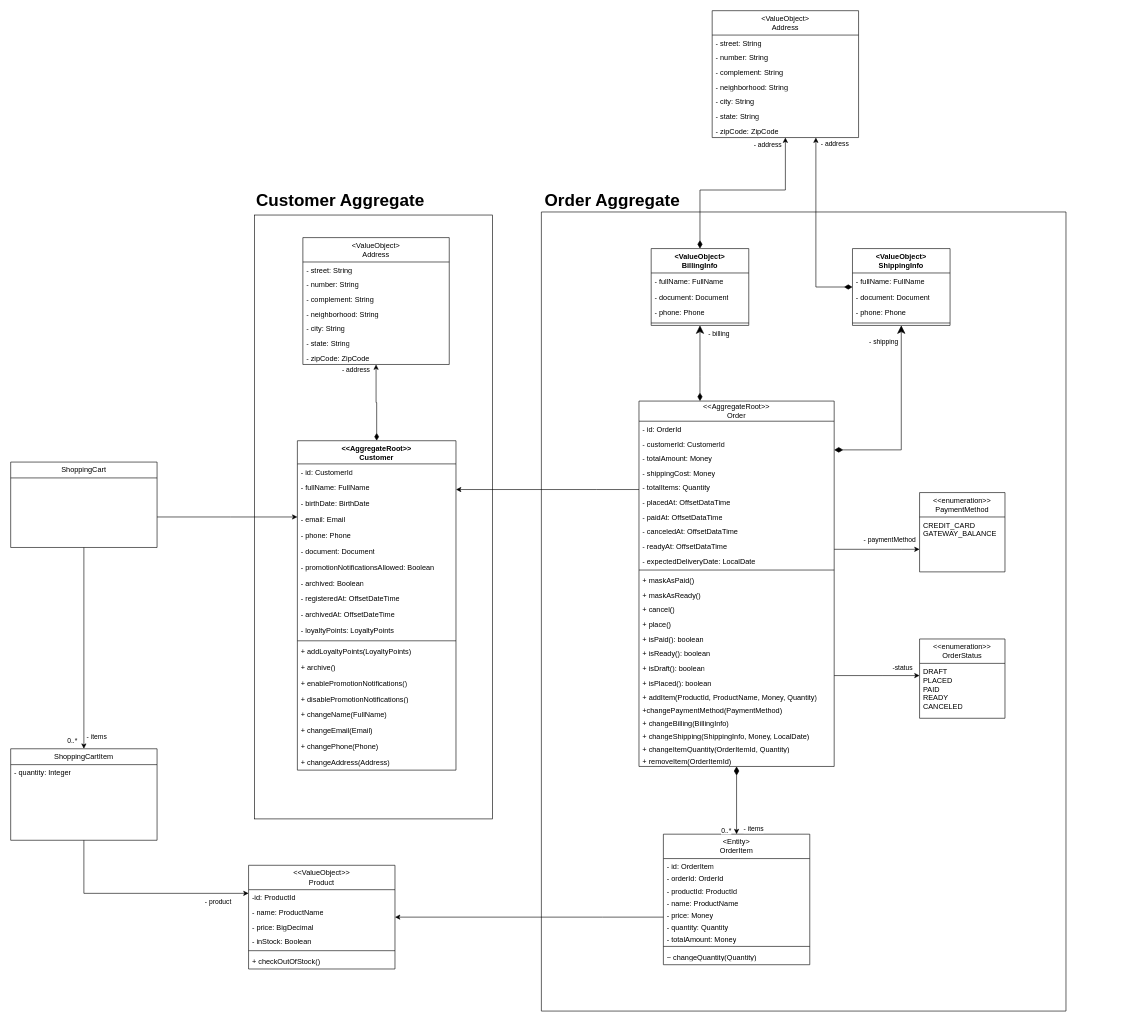
dhsouza/algashop-docs keeps this draw.io diagram as Algashop domain model.drawio. Above is the earlier version. Source tidied: cells renumbered, new cells numbered last; positions are measured from the earlier drawing's top-left corner, leaving out a move shared by most shapes. Both pictures are drawn from the tidied source at 61%, with x=0, y=0 at pixel (10, 10).
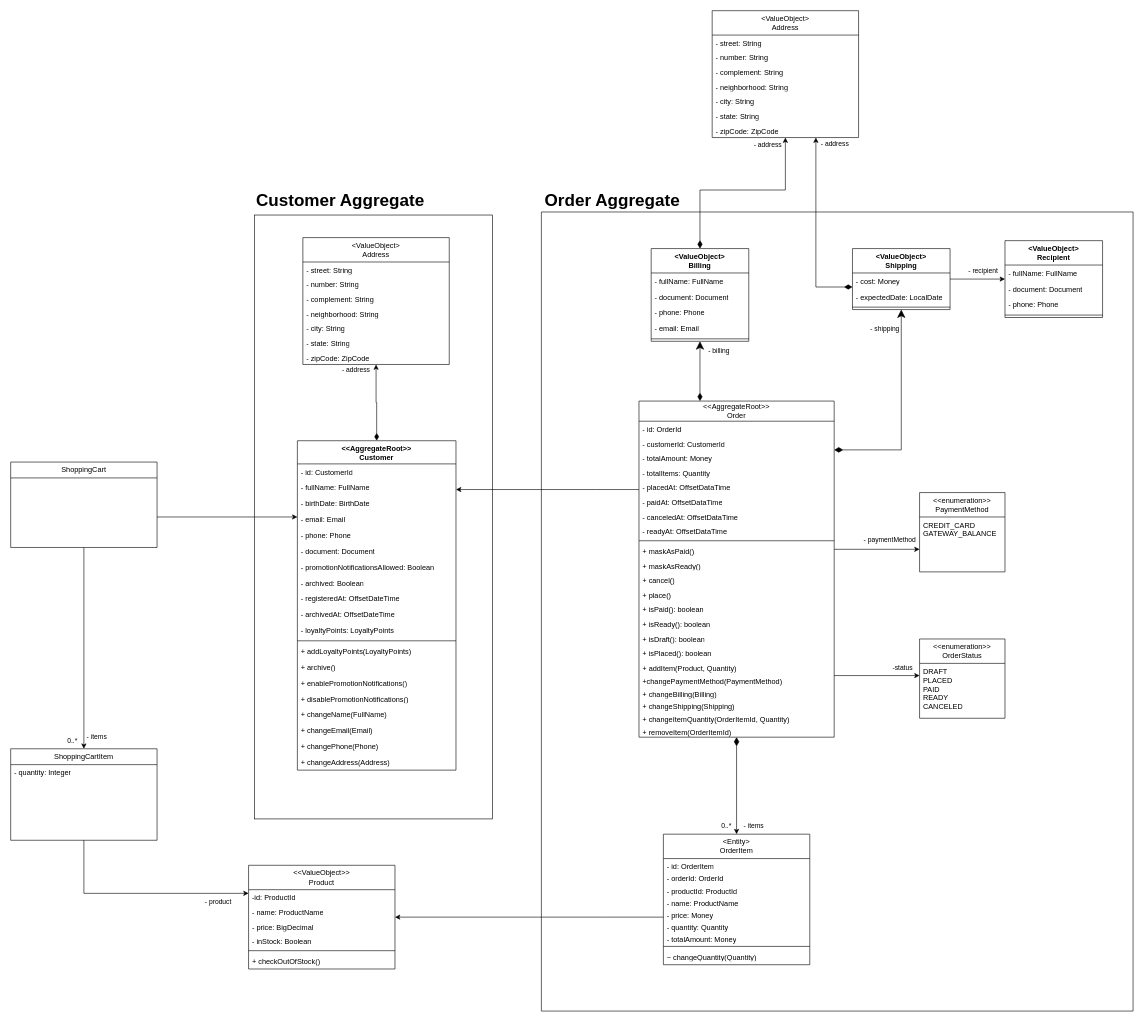
Above is the later version.

Commit message (it also covers changes not shown here):
chore: refining Order Aggregate

The change refers to these unchanged cells:
```xml
<mxCell id="92" style="edgeStyle=orthogonalEdgeStyle;rounded=0;jettySize=auto;html=1;startArrow=classic;startFill=1;startSize=11;endArrow=diamondThin;endFill=1;endSize=12;" parent="1" edge="1" source="96" target="57">
  <mxGeometry relative="1" as="geometry">
    <Array as="points">
      <mxPoint x="1460" y="720" />
    </Array>
  </mxGeometry>
</mxCell>
<mxCell id="101" style="edgeStyle=orthogonalEdgeStyle;rounded=0;jettySize=auto;html=1;startArrow=classic;startFill=1;startSize=11;endArrow=diamondThin;endFill=1;endSize=11;" parent="1" edge="1" source="105" target="57">
  <mxGeometry relative="1" as="geometry">
    <Array as="points">
      <mxPoint x="1130" y="600" />
      <mxPoint x="1130" y="600" />
    </Array>
  </mxGeometry>
</mxCell>
```

The edit, as a diff of the source:
```diff
@@
     <mxCell id="3" style="verticalLabelPosition=bottom;verticalAlign=top;html=1;shape=mxgraph.basic.rect;fillColor2=none;strokeWidth=1;size=20;indent=5;shadow=0;fillColor=none;" parent="1" vertex="1">
-      <mxGeometry x="870" y="330" width="860" height="1310" as="geometry" />
+      <mxGeometry x="870" y="330" width="970" height="1310" as="geometry" />
     </mxCell>
@@
     <mxCell id="57" value="&lt;div&gt;&amp;lt;&amp;lt;AggregateRoot&amp;gt;&amp;gt;&lt;/div&gt;Order" style="swimlane;fontStyle=0;horizontal=1;startSize=33;fillColor=none;whiteSpace=wrap;html=1;" parent="1" vertex="1">
-      <mxGeometry x="1030" y="640" width="320" height="599" as="geometry" />
+      <mxGeometry x="1030" y="640" width="320" height="551" as="geometry" />
     </mxCell>
@@
-    <mxCell id="61" value="- shippingCost: Money" style="text;strokeColor=none;fillColor=none;align=left;verticalAlign=top;spacingLeft=4;spacingRight=4;overflow=hidden;whiteSpace=wrap;html=1;" parent="57" vertex="1">
-      <mxGeometry y="105" width="320" height="24" as="geometry" />
-    </mxCell>
     <mxCell id="62" value="- totalItems: Quantity" style="text;strokeColor=none;fillColor=none;align=left;verticalAlign=top;spacingLeft=4;spacingRight=4;overflow=hidden;whiteSpace=wrap;html=1;" parent="57" vertex="1">
-      <mxGeometry y="129" width="320" height="24" as="geometry" />
+      <mxGeometry y="105" width="320" height="24" as="geometry" />
     </mxCell>
     <mxCell id="63" value="- placedAt: OffsetDataTime" style="text;strokeColor=none;fillColor=none;align=left;verticalAlign=top;spacingLeft=4;spacingRight=4;overflow=hidden;whiteSpace=wrap;html=1;" parent="57" vertex="1">
-      <mxGeometry y="153" width="320" height="24" as="geometry" />
+      <mxGeometry y="129" width="320" height="24" as="geometry" />
     </mxCell>
     <mxCell id="64" value="- paidAt: OffsetDataTime" style="text;strokeColor=none;fillColor=none;align=left;verticalAlign=top;spacingLeft=4;spacingRight=4;overflow=hidden;whiteSpace=wrap;html=1;" parent="57" vertex="1">
-      <mxGeometry y="177" width="320" height="24" as="geometry" />
+      <mxGeometry y="153" width="320" height="24" as="geometry" />
     </mxCell>
     <mxCell id="65" value="- canceledAt: OffsetDataTime" style="text;strokeColor=none;fillColor=none;align=left;verticalAlign=top;spacingLeft=4;spacingRight=4;overflow=hidden;whiteSpace=wrap;html=1;" parent="57" vertex="1">
-      <mxGeometry y="201" width="320" height="24" as="geometry" />
+      <mxGeometry y="177" width="320" height="24" as="geometry" />
     </mxCell>
     <mxCell id="66" value="- readyAt: OffsetDataTime" style="text;strokeColor=none;fillColor=none;align=left;verticalAlign=top;spacingLeft=4;spacingRight=4;overflow=hidden;whiteSpace=wrap;html=1;" parent="57" vertex="1">
-      <mxGeometry y="225" width="320" height="24" as="geometry" />
+      <mxGeometry y="201" width="320" height="24" as="geometry" />
     </mxCell>
-    <mxCell id="67" value="- expectedDeliveryDate: LocalDate" style="text;strokeColor=none;fillColor=none;align=left;verticalAlign=top;spacingLeft=4;spacingRight=4;overflow=hidden;whiteSpace=wrap;html=1;" parent="57" vertex="1">
-      <mxGeometry y="249" width="320" height="24" as="geometry" />
-    </mxCell>
     <mxCell id="68" style="line;strokeWidth=1;fillColor=none;align=left;verticalAlign=middle;spacingTop=-1;spacingLeft=3;spacingRight=3;labelPosition=right;strokeColor=inherit;" parent="57" vertex="1">
-      <mxGeometry y="273" width="320" height="8" as="geometry" />
+      <mxGeometry y="225" width="320" height="8" as="geometry" />
     </mxCell>
     <mxCell id="69" value="+ maskAsPaid()" style="text;strokeColor=none;fillColor=none;align=left;verticalAlign=top;spacingLeft=4;spacingRight=4;overflow=hidden;whiteSpace=wrap;html=1;" parent="57" vertex="1">
-      <mxGeometry y="281" width="320" height="24" as="geometry" />
+      <mxGeometry y="233" width="320" height="24" as="geometry" />
     </mxCell>
     <mxCell id="70" value="+ maskAsReady()" style="text;strokeColor=none;fillColor=none;align=left;verticalAlign=top;spacingLeft=4;spacingRight=4;overflow=hidden;whiteSpace=wrap;html=1;" parent="57" vertex="1">
-      <mxGeometry y="305" width="320" height="24" as="geometry" />
+      <mxGeometry y="257" width="320" height="24" as="geometry" />
     </mxCell>
     <mxCell id="71" value="+ cancel()" style="text;strokeColor=none;fillColor=none;align=left;verticalAlign=top;spacingLeft=4;spacingRight=4;overflow=hidden;whiteSpace=wrap;html=1;" parent="57" vertex="1">
-      <mxGeometry y="329" width="320" height="24" as="geometry" />
+      <mxGeometry y="281" width="320" height="24" as="geometry" />
     </mxCell>
     <mxCell id="72" value="+ place()" style="text;strokeColor=none;fillColor=none;align=left;verticalAlign=top;spacingLeft=4;spacingRight=4;overflow=hidden;whiteSpace=wrap;html=1;" parent="57" vertex="1">
-      <mxGeometry y="353" width="320" height="24" as="geometry" />
+      <mxGeometry y="305" width="320" height="24" as="geometry" />
     </mxCell>
     <mxCell id="73" value="+ isPaid(): boolean" style="text;strokeColor=none;fillColor=none;align=left;verticalAlign=top;spacingLeft=4;spacingRight=4;overflow=hidden;whiteSpace=wrap;html=1;" parent="57" vertex="1">
-      <mxGeometry y="377" width="320" height="24" as="geometry" />
+      <mxGeometry y="329" width="320" height="24" as="geometry" />
     </mxCell>
     <mxCell id="74" value="+ isReady(): boolean" style="text;strokeColor=none;fillColor=none;align=left;verticalAlign=top;spacingLeft=4;spacingRight=4;overflow=hidden;whiteSpace=wrap;html=1;" parent="57" vertex="1">
-      <mxGeometry y="401" width="320" height="24" as="geometry" />
+      <mxGeometry y="353" width="320" height="24" as="geometry" />
     </mxCell>
     <mxCell id="75" value="+ isDraft(): boolean" style="text;strokeColor=none;fillColor=none;align=left;verticalAlign=top;spacingLeft=4;spacingRight=4;overflow=hidden;whiteSpace=wrap;html=1;" parent="57" vertex="1">
-      <mxGeometry y="425" width="320" height="24" as="geometry" />
+      <mxGeometry y="377" width="320" height="24" as="geometry" />
     </mxCell>
     <mxCell id="76" value="+ isPlaced(): boolean" style="text;strokeColor=none;fillColor=none;align=left;verticalAlign=top;spacingLeft=4;spacingRight=4;overflow=hidden;whiteSpace=wrap;html=1;" parent="57" vertex="1">
-      <mxGeometry y="449" width="320" height="24" as="geometry" />
+      <mxGeometry y="401" width="320" height="24" as="geometry" />
     </mxCell>
-    <mxCell id="77" value="+ addItem(ProductId, ProductName, Money, Quantity)" style="text;strokeColor=none;fillColor=none;align=left;verticalAlign=top;spacingLeft=4;spacingRight=4;overflow=hidden;whiteSpace=wrap;html=1;" parent="57" vertex="1">
-      <mxGeometry y="473" width="320" height="21" as="geometry" />
+    <mxCell id="77" value="+ addItem(Product, Quantity)" style="text;strokeColor=none;fillColor=none;align=left;verticalAlign=top;spacingLeft=4;spacingRight=4;overflow=hidden;whiteSpace=wrap;html=1;" parent="57" vertex="1">
+      <mxGeometry y="425" width="320" height="21" as="geometry" />
     </mxCell>
     <mxCell id="78" value="+changePaymentMethod(PaymentMethod)" style="text;strokeColor=none;fillColor=none;align=left;verticalAlign=top;spacingLeft=4;spacingRight=4;overflow=hidden;whiteSpace=wrap;html=1;" parent="57" vertex="1">
-      <mxGeometry y="494" width="320" height="21" as="geometry" />
+      <mxGeometry y="446" width="320" height="21" as="geometry" />
     </mxCell>
-    <mxCell id="79" value="+ changeBilling(BillingInfo)" style="text;strokeColor=none;fillColor=none;align=left;verticalAlign=top;spacingLeft=4;spacingRight=4;overflow=hidden;whiteSpace=wrap;html=1;" parent="57" vertex="1">
-      <mxGeometry y="515" width="320" height="21" as="geometry" />
+    <mxCell id="79" value="+ changeBilling(Billing)" style="text;strokeColor=none;fillColor=none;align=left;verticalAlign=top;spacingLeft=4;spacingRight=4;overflow=hidden;whiteSpace=wrap;html=1;" parent="57" vertex="1">
+      <mxGeometry y="467" width="320" height="21" as="geometry" />
     </mxCell>
-    <mxCell id="80" value="+ changeShipping(ShippingInfo, Money, LocalDate)" style="text;strokeColor=none;fillColor=none;align=left;verticalAlign=top;spacingLeft=4;spacingRight=4;overflow=hidden;whiteSpace=wrap;html=1;" parent="57" vertex="1">
-      <mxGeometry y="536" width="320" height="21" as="geometry" />
+    <mxCell id="80" value="+ changeShipping(Shipping)" style="text;strokeColor=none;fillColor=none;align=left;verticalAlign=top;spacingLeft=4;spacingRight=4;overflow=hidden;whiteSpace=wrap;html=1;" parent="57" vertex="1">
+      <mxGeometry y="488" width="320" height="21" as="geometry" />
     </mxCell>
     <mxCell id="81" value="+ changeItemQuantity(OrderItemId, Quantity)" style="text;strokeColor=none;fillColor=none;align=left;verticalAlign=top;spacingLeft=4;spacingRight=4;overflow=hidden;whiteSpace=wrap;html=1;" parent="57" vertex="1">
-      <mxGeometry y="557" width="320" height="21" as="geometry" />
+      <mxGeometry y="509" width="320" height="21" as="geometry" />
     </mxCell>
     <mxCell id="82" value="+ removeItem(OrderItemId)" style="text;strokeColor=none;fillColor=none;align=left;verticalAlign=top;spacingLeft=4;spacingRight=4;overflow=hidden;whiteSpace=wrap;html=1;" parent="57" vertex="1">
-      <mxGeometry y="578" width="320" height="21" as="geometry" />
+      <mxGeometry y="530" width="320" height="21" as="geometry" />
     </mxCell>
@@
     <mxCell id="93" value="- shipping" style="edgeLabel;html=1;align=center;verticalAlign=middle;" parent="92" vertex="1">
       <mxGeometry x="0.83" y="2" relative="1" as="geometry">
-        <mxPoint x="53" y="-180" as="offset" />
+        <mxPoint x="53" y="-202" as="offset" />
       </mxGeometry>
     </mxCell>
@@
+    <mxCell id="128" style="edgeStyle=orthogonalEdgeStyle;rounded=0;jettySize=auto;html=1;" parent="1" edge="1" source="96" target="131">
+      <mxGeometry relative="1" as="geometry" />
+    </mxCell>
+    <mxCell id="129" value="- recipient" style="edgeLabel;html=1;align=center;verticalAlign=middle;" parent="128" vertex="1">
+      <mxGeometry x="0.38" y="1" relative="1" as="geometry">
+        <mxPoint x="-9" y="-13" as="offset" />
+      </mxGeometry>
+    </mxCell>
-    <mxCell id="96" value="&amp;lt;ValueObject&amp;gt;&lt;div&gt;ShippingInfo&lt;/div&gt;" style="swimlane;fontStyle=1;align=center;verticalAlign=top;horizontal=1;startSize=40;whiteSpace=wrap;html=1;" parent="1" vertex="1">
-      <mxGeometry x="1380" y="390" width="160" height="126" as="geometry" />
+    <mxCell id="96" value="&amp;lt;ValueObject&amp;gt;&lt;div&gt;Shipping&lt;/div&gt;" style="swimlane;fontStyle=1;align=center;verticalAlign=top;horizontal=1;startSize=40;whiteSpace=wrap;html=1;" parent="1" vertex="1">
+      <mxGeometry x="1380" y="390" width="160" height="100" as="geometry" />
     </mxCell>
-    <mxCell id="97" value="- fullName: FullName" style="text;strokeColor=none;fillColor=none;align=left;verticalAlign=top;spacingLeft=4;spacingRight=4;overflow=hidden;whiteSpace=wrap;html=1;" parent="96" vertex="1">
+    <mxCell id="97" value="- cost: Money" style="text;strokeColor=none;fillColor=none;align=left;verticalAlign=top;spacingLeft=4;spacingRight=4;overflow=hidden;whiteSpace=wrap;html=1;" parent="96" vertex="1">
       <mxGeometry y="40" width="160" height="26" as="geometry" />
     </mxCell>
-    <mxCell id="98" value="- document: Document" style="text;strokeColor=none;fillColor=none;align=left;verticalAlign=top;spacingLeft=4;spacingRight=4;overflow=hidden;whiteSpace=wrap;html=1;" parent="96" vertex="1">
+    <mxCell id="98" value="- expectedDate: LocalDate" style="text;strokeColor=none;fillColor=none;align=left;verticalAlign=top;spacingLeft=4;spacingRight=4;overflow=hidden;whiteSpace=wrap;html=1;" parent="96" vertex="1">
       <mxGeometry y="66" width="160" height="26" as="geometry" />
     </mxCell>
-    <mxCell id="99" value="- phone: Phone" style="text;strokeColor=none;fillColor=none;align=left;verticalAlign=top;spacingLeft=4;spacingRight=4;overflow=hidden;whiteSpace=wrap;html=1;" parent="96" vertex="1">
-      <mxGeometry y="92" width="160" height="26" as="geometry" />
-    </mxCell>
     <mxCell id="100" style="line;strokeWidth=1;fillColor=none;align=left;verticalAlign=middle;spacingTop=-1;spacingLeft=3;spacingRight=3;labelPosition=right;strokeColor=inherit;" parent="96" vertex="1">
-      <mxGeometry y="118" width="160" height="8" as="geometry" />
+      <mxGeometry y="92" width="160" height="8" as="geometry" />
     </mxCell>
@@
     <mxCell id="102" value="- billing" style="edgeLabel;html=1;align=center;verticalAlign=middle;" parent="101" vertex="1">
       <mxGeometry x="0.55" y="1" relative="1" as="geometry">
-        <mxPoint x="29" y="-83" as="offset" />
+        <mxPoint x="29" y="-62" as="offset" />
       </mxGeometry>
     </mxCell>
@@
-    <mxCell id="105" value="&amp;lt;ValueObject&amp;gt;&lt;div&gt;BillingInfo&lt;/div&gt;" style="swimlane;fontStyle=1;align=center;verticalAlign=top;horizontal=1;startSize=40;whiteSpace=wrap;html=1;" parent="1" vertex="1">
-      <mxGeometry x="1050" y="390" width="160" height="126" as="geometry" />
+    <mxCell id="105" value="&amp;lt;ValueObject&amp;gt;&lt;div&gt;Billing&lt;/div&gt;" style="swimlane;fontStyle=1;align=center;verticalAlign=top;horizontal=1;startSize=40;whiteSpace=wrap;html=1;" parent="1" vertex="1">
+      <mxGeometry x="1050" y="390" width="160" height="152" as="geometry" />
     </mxCell>
@@
+    <mxCell id="130" value="- email: Email" style="text;strokeColor=none;fillColor=none;align=left;verticalAlign=top;spacingLeft=4;spacingRight=4;overflow=hidden;whiteSpace=wrap;html=1;" parent="105" vertex="1">
+      <mxGeometry y="118" width="160" height="26" as="geometry" />
+    </mxCell>
     <mxCell id="109" style="line;strokeWidth=1;fillColor=none;align=left;verticalAlign=middle;spacingTop=-1;spacingLeft=3;spacingRight=3;labelPosition=right;strokeColor=inherit;" parent="105" vertex="1">
-      <mxGeometry y="118" width="160" height="8" as="geometry" />
+      <mxGeometry y="144" width="160" height="8" as="geometry" />
     </mxCell>
@@
+    <mxCell id="131" value="&amp;lt;ValueObject&amp;gt;&lt;div&gt;Recipient&lt;/div&gt;" style="swimlane;fontStyle=1;align=center;verticalAlign=top;horizontal=1;startSize=40;whiteSpace=wrap;html=1;" parent="1" vertex="1">
+      <mxGeometry x="1630" y="377" width="160" height="126" as="geometry" />
+    </mxCell>
+    <mxCell id="132" value="- fullName: FullName" style="text;strokeColor=none;fillColor=none;align=left;verticalAlign=top;spacingLeft=4;spacingRight=4;overflow=hidden;whiteSpace=wrap;html=1;" parent="131" vertex="1">
+      <mxGeometry y="40" width="160" height="26" as="geometry" />
+    </mxCell>
+    <mxCell id="133" value="- document: Document" style="text;strokeColor=none;fillColor=none;align=left;verticalAlign=top;spacingLeft=4;spacingRight=4;overflow=hidden;whiteSpace=wrap;html=1;" parent="131" vertex="1">
+      <mxGeometry y="66" width="160" height="26" as="geometry" />
+    </mxCell>
+    <mxCell id="99" value="- phone: Phone" style="text;strokeColor=none;fillColor=none;align=left;verticalAlign=top;spacingLeft=4;spacingRight=4;overflow=hidden;whiteSpace=wrap;html=1;" parent="131" vertex="1">
+      <mxGeometry y="92" width="160" height="26" as="geometry" />
+    </mxCell>
+    <mxCell id="134" style="line;strokeWidth=1;fillColor=none;align=left;verticalAlign=middle;spacingTop=-1;spacingLeft=3;spacingRight=3;labelPosition=right;strokeColor=inherit;" parent="131" vertex="1">
+      <mxGeometry y="118" width="160" height="8" as="geometry" />
+    </mxCell>
```
